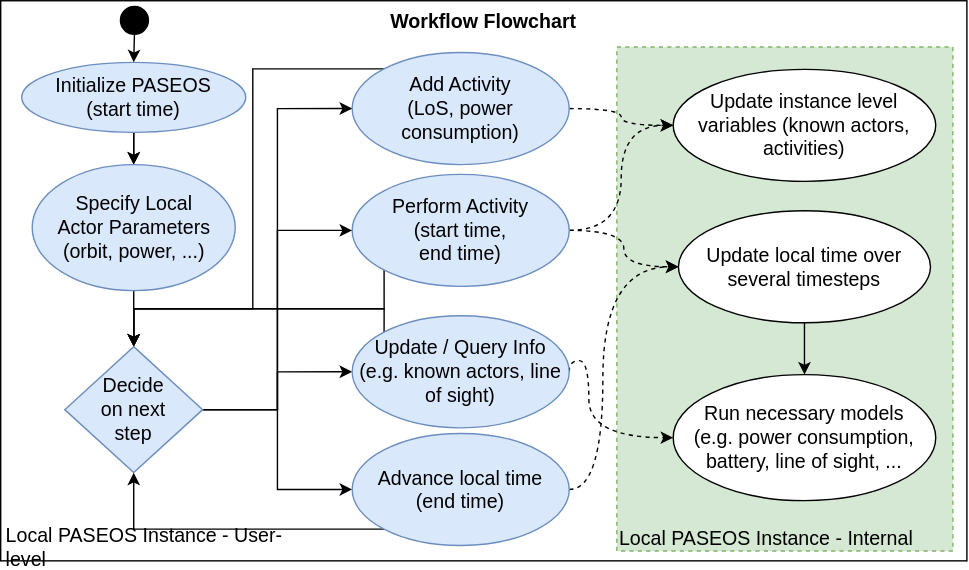
Earlier version of the draw.io export resources/images/flowchart.svg (aidotse/PASEOS). Source tidied: cells renumbered, new cells last; positions are measured from the earlier drawing's top-left corner, leaving out a move shared by most shapes.
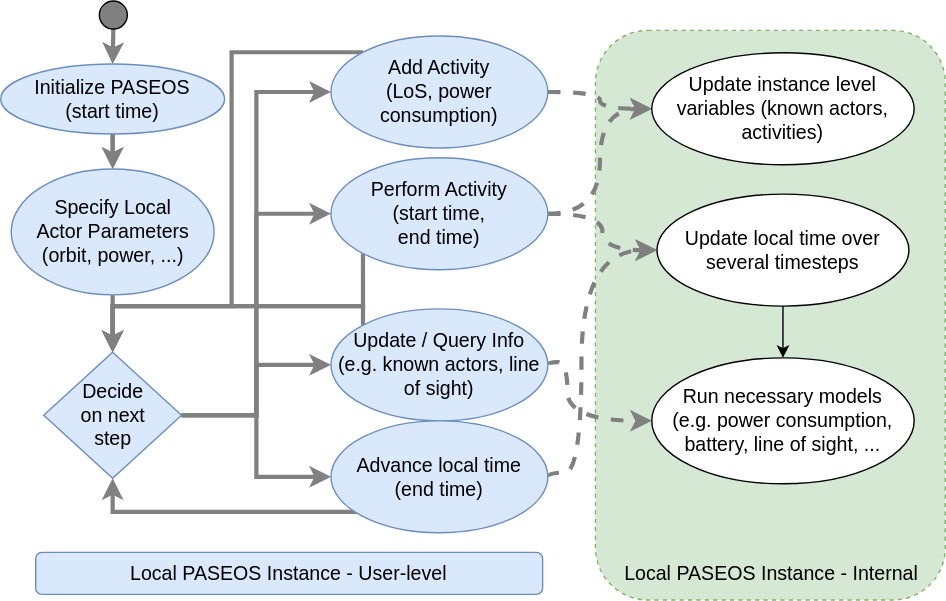
The same diagram one commit later.

What changed in the source:
```diff
@@ -2,94 +2,92 @@
   <root>
     <mxCell id="0" />
     <mxCell id="1" parent="0" />
-    <mxCell id="2" value="&lt;b style=&quot;font-size: 14px;&quot;&gt;Workflow Flowchart&lt;/b&gt;" style="rounded=0;whiteSpace=wrap;html=1;verticalAlign=top;fontSize=14;" parent="1" vertex="1">
-      <mxGeometry width="690" height="400" as="geometry" />
-    </mxCell>
-    <mxCell id="3" style="rounded=0;whiteSpace=wrap;html=1;fontSize=14;fillColor=#d5e8d4;strokeColor=#82b366;dashed=1;" parent="1" vertex="1">
-      <mxGeometry x="440" y="33" width="240" height="360" as="geometry" />
+    <mxCell id="3" style="rounded=1;whiteSpace=wrap;html=1;fontSize=14;fillColor=#d5e8d4;strokeColor=#82b366;dashed=1;" parent="1" vertex="1">
+      <mxGeometry x="440" y="33" width="250" height="407" as="geometry" />
     </mxCell>
-    <mxCell id="4" value="Local PASEOS Instance - User-level" style="text;html=1;strokeColor=none;fillColor=none;align=left;verticalAlign=middle;whiteSpace=wrap;rounded=0;fontSize=14;" parent="1" vertex="1">
-      <mxGeometry x="2" y="375" width="228" height="30" as="geometry" />
+    <mxCell id="4" value="Local PASEOS Instance - User-level" style="text;html=1;strokeColor=#6c8ebf;fillColor=#dae8fc;align=center;verticalAlign=middle;whiteSpace=wrap;rounded=1;fontSize=14;" parent="1" vertex="1">
+      <mxGeometry x="40" y="406" width="362.2" height="30" as="geometry" />
     </mxCell>
-    <mxCell id="5" style="edgeStyle=orthogonalEdgeStyle;rounded=0;jettySize=auto;html=1;fontSize=14;" parent="1" edge="1" source="7" target="34">
+    <mxCell id="5" style="edgeStyle=orthogonalEdgeStyle;rounded=0;jettySize=auto;html=1;fontSize=14;strokeWidth=3;strokeColor=#808080;" parent="1" edge="1" source="7" target="34">
       <mxGeometry relative="1" as="geometry" />
     </mxCell>
-    <mxCell id="6" style="edgeStyle=orthogonalEdgeStyle;curved=1;rounded=0;jettySize=auto;html=1;fontSize=14;" parent="1" edge="1" source="7" target="34">
+    <mxCell id="6" style="edgeStyle=orthogonalEdgeStyle;curved=1;rounded=0;jettySize=auto;html=1;fontSize=14;strokeWidth=3;strokeColor=#808080;" parent="1" edge="1" source="7" target="34">
       <mxGeometry relative="1" as="geometry" />
     </mxCell>
     <mxCell id="7" value="&lt;div&gt;Initialize PASEOS&lt;/div&gt;&lt;div&gt;(start time)&lt;br&gt;&lt;/div&gt;" style="ellipse;whiteSpace=wrap;html=1;fontSize=14;fillColor=#dae8fc;strokeColor=#6c8ebf;" parent="1" vertex="1">
-      <mxGeometry x="15" y="44" width="160" height="50" as="geometry" />
+      <mxGeometry x="15" y="57" width="160" height="50" as="geometry" />
     </mxCell>
-    <mxCell id="8" style="edgeStyle=orthogonalEdgeStyle;rounded=0;jettySize=auto;html=1;fontSize=14;entryX=0.5;entryY=0;entryDx=0;entryDy=0;" parent="1" edge="1" source="34" target="20">
+    <mxCell id="8" style="edgeStyle=orthogonalEdgeStyle;rounded=0;jettySize=auto;html=1;fontSize=14;entryX=0.5;entryY=0;entryDx=0;entryDy=0;strokeWidth=3;strokeColor=#808080;" parent="1" edge="1" source="34" target="20">
       <mxGeometry relative="1" as="geometry" />
     </mxCell>
-    <mxCell id="9" style="edgeStyle=orthogonalEdgeStyle;curved=1;rounded=0;jettySize=auto;html=1;exitX=1;exitY=0.5;exitDx=0;exitDy=0;entryX=0;entryY=0.5;entryDx=0;entryDy=0;fontSize=14;dashed=1;" parent="1" edge="1" source="11" target="31">
+    <mxCell id="9" style="edgeStyle=orthogonalEdgeStyle;curved=1;rounded=0;jettySize=auto;html=1;exitX=1;exitY=0.5;exitDx=0;exitDy=0;entryX=0;entryY=0.5;entryDx=0;entryDy=0;fontSize=14;dashed=1;strokeWidth=3;strokeColor=#808080;" parent="1" edge="1" source="11" target="31">
       <mxGeometry relative="1" as="geometry" />
     </mxCell>
-    <mxCell id="10" style="edgeStyle=orthogonalEdgeStyle;rounded=0;jettySize=auto;html=1;exitX=0;exitY=0;exitDx=0;exitDy=0;fontSize=14;" parent="1" edge="1" source="11" target="20">
+    <mxCell id="10" style="edgeStyle=orthogonalEdgeStyle;rounded=0;jettySize=auto;html=1;exitX=0;exitY=0;exitDx=0;exitDy=0;fontSize=14;strokeWidth=3;strokeColor=#808080;" parent="1" edge="1" source="11" target="20">
       <mxGeometry relative="1" as="geometry">
         <Array as="points">
           <mxPoint x="180" y="49" />
-          <mxPoint x="180" y="220" />
-          <mxPoint x="95" y="220" />
+          <mxPoint x="180" y="230" />
+          <mxPoint x="95" y="230" />
         </Array>
       </mxGeometry>
     </mxCell>
     <mxCell id="11" value="&lt;div&gt;Add Activity&lt;/div&gt;&lt;div&gt;(LoS, power consumption)&lt;br&gt;&lt;/div&gt;" style="ellipse;whiteSpace=wrap;html=1;fontSize=14;fillColor=#dae8fc;strokeColor=#6c8ebf;" parent="1" vertex="1">
       <mxGeometry x="251" y="37" width="155" height="80" as="geometry" />
     </mxCell>
-    <mxCell id="12" style="edgeStyle=orthogonalEdgeStyle;curved=1;rounded=0;jettySize=auto;html=1;exitX=1;exitY=0.5;exitDx=0;exitDy=0;entryX=0;entryY=0.5;entryDx=0;entryDy=0;fontSize=14;dashed=1;" parent="1" edge="1" source="15" target="31">
+    <mxCell id="12" style="edgeStyle=orthogonalEdgeStyle;curved=1;rounded=0;jettySize=auto;html=1;exitX=1;exitY=0.5;exitDx=0;exitDy=0;entryX=0;entryY=0.5;entryDx=0;entryDy=0;fontSize=14;dashed=1;strokeWidth=3;strokeColor=#808080;" parent="1" edge="1" source="15" target="31">
       <mxGeometry relative="1" as="geometry" />
     </mxCell>
-    <mxCell id="13" style="edgeStyle=orthogonalEdgeStyle;curved=1;rounded=0;jettySize=auto;html=1;exitX=1;exitY=0.5;exitDx=0;exitDy=0;entryX=0;entryY=0.5;entryDx=0;entryDy=0;fontSize=14;dashed=1;" parent="1" edge="1" source="15" target="30">
+    <mxCell id="13" style="edgeStyle=orthogonalEdgeStyle;curved=1;rounded=0;jettySize=auto;html=1;exitX=1;exitY=0.5;exitDx=0;exitDy=0;entryX=0;entryY=0.5;entryDx=0;entryDy=0;fontSize=14;dashed=1;strokeWidth=3;strokeColor=#808080;" parent="1" edge="1" source="15" target="30">
       <mxGeometry relative="1" as="geometry" />
     </mxCell>
-    <mxCell id="14" style="edgeStyle=orthogonalEdgeStyle;rounded=0;jettySize=auto;html=1;exitX=0;exitY=1;exitDx=0;exitDy=0;entryX=0.5;entryY=0;entryDx=0;entryDy=0;fontSize=14;" parent="1" edge="1" source="15" target="20">
+    <mxCell id="14" style="edgeStyle=orthogonalEdgeStyle;rounded=0;jettySize=auto;html=1;exitX=0;exitY=1;exitDx=0;exitDy=0;entryX=0.5;entryY=0;entryDx=0;entryDy=0;fontSize=14;strokeWidth=3;strokeColor=#808080;" parent="1" edge="1" source="15" target="20">
       <mxGeometry relative="1" as="geometry">
         <Array as="points">
-          <mxPoint x="274" y="220" />
-          <mxPoint x="95" y="220" />
+          <mxPoint x="274" y="230" />
+          <mxPoint x="95" y="230" />
         </Array>
       </mxGeometry>
     </mxCell>
     <mxCell id="15" value="&lt;div&gt;Perform Activity&lt;/div&gt;&lt;div&gt;(start time,&lt;/div&gt;&lt;div&gt;end time)&lt;br&gt;&lt;/div&gt;" style="ellipse;whiteSpace=wrap;html=1;fontSize=14;fillColor=#dae8fc;strokeColor=#6c8ebf;" parent="1" vertex="1">
       <mxGeometry x="251" y="124" width="155" height="80" as="geometry" />
     </mxCell>
-    <mxCell id="16" style="edgeStyle=orthogonalEdgeStyle;rounded=0;jettySize=auto;html=1;exitX=1;exitY=0.5;exitDx=0;exitDy=0;entryX=0;entryY=0.5;entryDx=0;entryDy=0;fontSize=14;" parent="1" edge="1" source="20" target="11">
+    <mxCell id="16" style="edgeStyle=orthogonalEdgeStyle;rounded=0;jettySize=auto;html=1;exitX=1;exitY=0.5;exitDx=0;exitDy=0;entryX=0;entryY=0.5;entryDx=0;entryDy=0;fontSize=14;strokeWidth=3;strokeColor=#808080;" parent="1" edge="1" source="20" target="11">
       <mxGeometry relative="1" as="geometry" />
     </mxCell>
-    <mxCell id="17" style="edgeStyle=orthogonalEdgeStyle;rounded=0;jettySize=auto;html=1;exitX=1;exitY=0.5;exitDx=0;exitDy=0;entryX=0;entryY=0.5;entryDx=0;entryDy=0;fontSize=14;" parent="1" edge="1" source="20" target="15">
+    <mxCell id="17" style="edgeStyle=orthogonalEdgeStyle;rounded=0;jettySize=auto;html=1;exitX=1;exitY=0.5;exitDx=0;exitDy=0;entryX=0;entryY=0.5;entryDx=0;entryDy=0;fontSize=14;strokeWidth=3;strokeColor=#808080;" parent="1" edge="1" source="20" target="15">
       <mxGeometry relative="1" as="geometry" />
     </mxCell>
-    <mxCell id="18" style="edgeStyle=orthogonalEdgeStyle;rounded=0;jettySize=auto;html=1;exitX=1;exitY=0.5;exitDx=0;exitDy=0;entryX=0;entryY=0.5;entryDx=0;entryDy=0;fontSize=14;" parent="1" edge="1" source="20" target="26">
+    <mxCell id="18" style="edgeStyle=orthogonalEdgeStyle;rounded=0;jettySize=auto;html=1;exitX=1;exitY=0.5;exitDx=0;exitDy=0;entryX=0;entryY=0.5;entryDx=0;entryDy=0;fontSize=14;strokeWidth=3;strokeColor=#808080;" parent="1" edge="1" source="20" target="26">
       <mxGeometry relative="1" as="geometry" />
     </mxCell>
-    <mxCell id="19" style="edgeStyle=orthogonalEdgeStyle;rounded=0;jettySize=auto;html=1;exitX=1;exitY=0.5;exitDx=0;exitDy=0;entryX=0;entryY=0.5;entryDx=0;entryDy=0;fontSize=14;" parent="1" edge="1" source="20" target="23">
+    <mxCell id="19" style="edgeStyle=orthogonalEdgeStyle;rounded=0;jettySize=auto;html=1;exitX=1;exitY=0.5;exitDx=0;exitDy=0;entryX=0;entryY=0.5;entryDx=0;entryDy=0;fontSize=14;strokeWidth=3;strokeColor=#808080;" parent="1" edge="1" source="20" target="23">
       <mxGeometry relative="1" as="geometry" />
     </mxCell>
     <mxCell id="20" value="&lt;div&gt;Decide&lt;/div&gt;&lt;div&gt;on next &lt;br&gt;&lt;/div&gt;&lt;div&gt;step&lt;br&gt;&lt;/div&gt;" style="rhombus;whiteSpace=wrap;html=1;fontSize=14;fillColor=#dae8fc;strokeColor=#6c8ebf;" parent="1" vertex="1">
-      <mxGeometry x="45.8" y="247" width="98.5" height="90" as="geometry" />
+      <mxGeometry x="45.8" y="263" width="98.5" height="90" as="geometry" />
     </mxCell>
-    <mxCell id="21" style="edgeStyle=orthogonalEdgeStyle;curved=1;rounded=0;jettySize=auto;html=1;exitX=1;exitY=0.5;exitDx=0;exitDy=0;entryX=0;entryY=0.5;entryDx=0;entryDy=0;fontSize=14;dashed=1;" parent="1" edge="1" source="23" target="28">
+    <mxCell id="21" style="edgeStyle=orthogonalEdgeStyle;curved=1;rounded=0;jettySize=auto;html=1;exitX=1;exitY=0.5;exitDx=0;exitDy=0;entryX=0;entryY=0.5;entryDx=0;entryDy=0;fontSize=14;dashed=1;strokeWidth=3;strokeColor=#808080;" parent="1" edge="1" source="23" target="28">
       <mxGeometry relative="1" as="geometry">
         <Array as="points">
-          <mxPoint x="420" y="257" />
+          <mxPoint x="406" y="270" />
+          <mxPoint x="420" y="270" />
           <mxPoint x="420" y="312" />
         </Array>
       </mxGeometry>
     </mxCell>
-    <mxCell id="22" style="edgeStyle=orthogonalEdgeStyle;rounded=0;jettySize=auto;html=1;exitX=0;exitY=0;exitDx=0;exitDy=0;entryX=0.5;entryY=0;entryDx=0;entryDy=0;fontSize=14;" parent="1" edge="1" source="23" target="20">
+    <mxCell id="22" style="edgeStyle=orthogonalEdgeStyle;rounded=0;jettySize=auto;html=1;exitX=0;exitY=0;exitDx=0;exitDy=0;entryX=0.5;entryY=0;entryDx=0;entryDy=0;fontSize=14;strokeWidth=3;strokeColor=#808080;" parent="1" edge="1" source="23" target="20">
       <mxGeometry relative="1" as="geometry">
         <Array as="points">
-          <mxPoint x="274" y="220" />
-          <mxPoint x="95" y="220" />
+          <mxPoint x="274" y="230" />
+          <mxPoint x="95" y="230" />
         </Array>
       </mxGeometry>
     </mxCell>
     <mxCell id="23" value="&lt;div&gt;Update / Query Info&lt;/div&gt;&lt;div&gt;(e.g. known actors, line of sight)&lt;br&gt;&lt;/div&gt;" style="ellipse;whiteSpace=wrap;html=1;fontSize=14;fillColor=#dae8fc;strokeColor=#6c8ebf;" parent="1" vertex="1">
-      <mxGeometry x="251" y="225" width="155" height="80" as="geometry" />
+      <mxGeometry x="251" y="232" width="155" height="80" as="geometry" />
     </mxCell>
-    <mxCell id="24" style="edgeStyle=orthogonalEdgeStyle;curved=1;rounded=0;jettySize=auto;html=1;exitX=1;exitY=0.5;exitDx=0;exitDy=0;entryX=0;entryY=0.5;entryDx=0;entryDy=0;fontSize=14;dashed=1;" parent="1" edge="1" source="26" target="30">
+    <mxCell id="24" style="edgeStyle=orthogonalEdgeStyle;curved=1;rounded=0;jettySize=auto;html=1;exitX=1;exitY=0.5;exitDx=0;exitDy=0;entryX=0;entryY=0.5;entryDx=0;entryDy=0;fontSize=14;dashed=1;strokeWidth=3;strokeColor=#808080;" parent="1" edge="1" source="26" target="30">
       <mxGeometry relative="1" as="geometry">
         <Array as="points">
           <mxPoint x="430" y="349" />
@@ -97,7 +95,7 @@
         </Array>
       </mxGeometry>
     </mxCell>
-    <mxCell id="25" style="edgeStyle=orthogonalEdgeStyle;rounded=0;jettySize=auto;html=1;exitX=0;exitY=1;exitDx=0;exitDy=0;entryX=0.5;entryY=1;entryDx=0;entryDy=0;fontSize=14;" parent="1" edge="1" source="26" target="20">
+    <mxCell id="25" style="edgeStyle=orthogonalEdgeStyle;rounded=0;jettySize=auto;html=1;exitX=0;exitY=1;exitDx=0;exitDy=0;entryX=0.5;entryY=1;entryDx=0;entryDy=0;fontSize=14;strokeWidth=3;strokeColor=#808080;" parent="1" edge="1" source="26" target="20">
       <mxGeometry relative="1" as="geometry">
         <Array as="points">
           <mxPoint x="95" y="377" />
@@ -105,10 +103,10 @@
       </mxGeometry>
     </mxCell>
     <mxCell id="26" value="&lt;div&gt;Advance local time&lt;/div&gt;&lt;div&gt;(end time)&lt;br&gt;&lt;/div&gt;" style="ellipse;whiteSpace=wrap;html=1;fontSize=14;fillColor=#dae8fc;strokeColor=#6c8ebf;" parent="1" vertex="1">
-      <mxGeometry x="251" y="309" width="155" height="80" as="geometry" />
+      <mxGeometry x="251" y="312" width="155" height="80" as="geometry" />
     </mxCell>
     <mxCell id="27" value="&lt;div&gt;Local PASEOS Instance - Internal&lt;/div&gt;" style="text;html=1;strokeColor=none;fillColor=none;align=left;verticalAlign=middle;whiteSpace=wrap;rounded=0;fontSize=14;fontStyle=0;" parent="1" vertex="1">
-      <mxGeometry x="440" y="369" width="228" height="30" as="geometry" />
+      <mxGeometry x="459" y="406" width="228" height="30" as="geometry" />
     </mxCell>
     <mxCell id="28" value="&lt;div&gt;Run necessary models&lt;/div&gt;&lt;div&gt;(e.g. power consumption, battery, line of sight, ...&lt;br&gt;&lt;/div&gt;" style="ellipse;whiteSpace=wrap;html=1;fontSize=14;" parent="1" vertex="1">
       <mxGeometry x="480.2" y="267" width="187.5" height="90" as="geometry" />
@@ -124,14 +122,14 @@
     <mxCell id="31" value="Update instance level variables (known actors, activities)" style="ellipse;whiteSpace=wrap;html=1;fontSize=14;" parent="1" vertex="1">
       <mxGeometry x="480.2" y="49" width="187.5" height="80" as="geometry" />
     </mxCell>
-    <mxCell id="32" style="edgeStyle=orthogonalEdgeStyle;curved=1;rounded=0;jettySize=auto;html=1;exitX=0.5;exitY=1;exitDx=0;exitDy=0;entryX=0.5;entryY=0;entryDx=0;entryDy=0;fontSize=14;" parent="1" edge="1" source="33" target="7">
+    <mxCell id="32" style="edgeStyle=orthogonalEdgeStyle;curved=1;rounded=0;jettySize=auto;html=1;exitX=0.5;exitY=1;exitDx=0;exitDy=0;entryX=0.5;entryY=0;entryDx=0;entryDy=0;fontSize=14;strokeWidth=3;strokeColor=#808080;" parent="1" edge="1" source="33" target="7">
       <mxGeometry relative="1" as="geometry" />
     </mxCell>
-    <mxCell id="33" style="ellipse;whiteSpace=wrap;html=1;fontSize=14;fillColor=#000000;" parent="1" vertex="1">
-      <mxGeometry x="85.5" y="4" width="20" height="20" as="geometry" />
+    <mxCell id="33" style="ellipse;whiteSpace=wrap;html=1;fontSize=14;fillColor=#808080;" parent="1" vertex="1">
+      <mxGeometry x="85.5" y="12" width="20" height="20" as="geometry" />
     </mxCell>
     <mxCell id="34" value="&lt;div&gt;Specify Local&lt;/div&gt;&lt;div&gt;Actor Parameters&lt;/div&gt;&lt;div&gt;(orbit, power, ...)&lt;br&gt;&lt;/div&gt;" style="ellipse;whiteSpace=wrap;html=1;fontSize=14;fillColor=#dae8fc;strokeColor=#6c8ebf;" parent="1" vertex="1">
-      <mxGeometry x="22.5" y="117" width="145" height="90" as="geometry" />
+      <mxGeometry x="22.5" y="132" width="145" height="90" as="geometry" />
     </mxCell>
   </root>
 </mxGraphModel>
```
